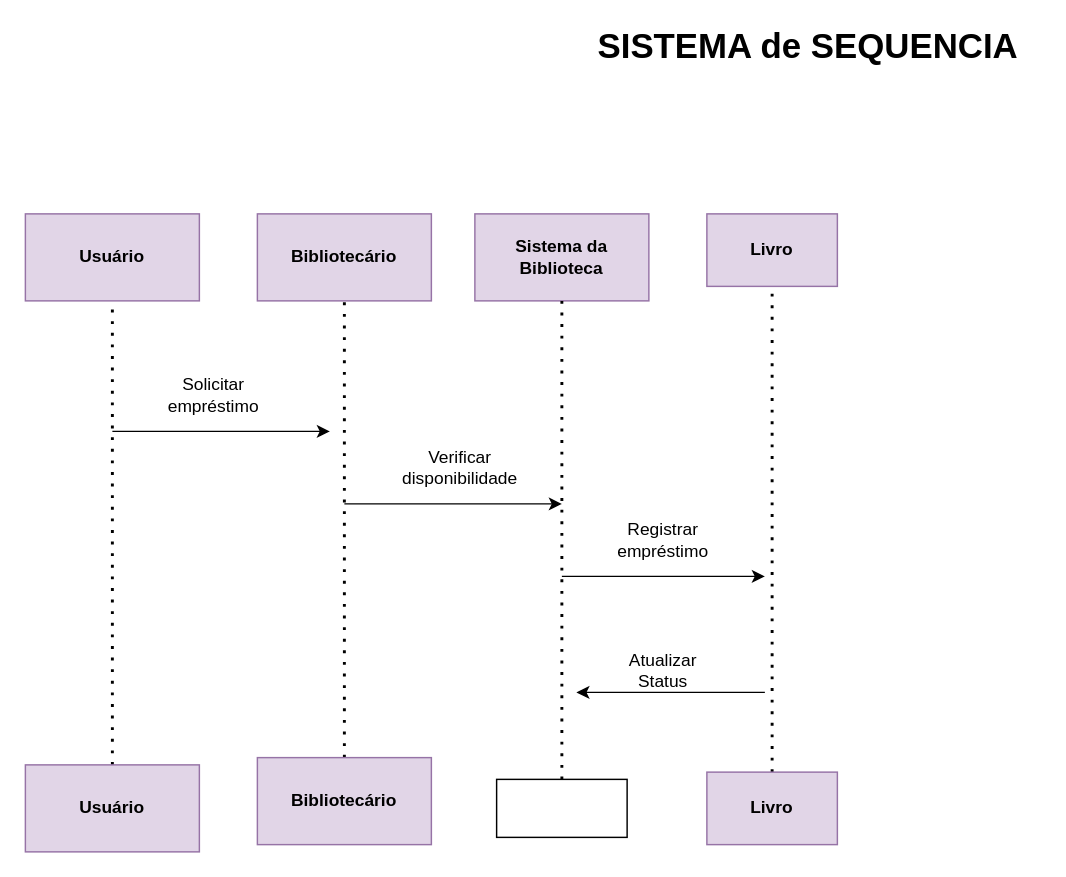
This is page "Página-5" (5 of 10) of Diagrama sem nome.drawio from jkkauany/diagramaderequisitos, a draw.io file, before an edit. Source tidied: cells renumbered, new cells numbered last; positions are measured from the earlier drawing's top-left corner, leaving out a move shared by most shapes. Both pictures are drawn from the tidied source at 145%, with x=0, y=0 at pixel (25, 25).
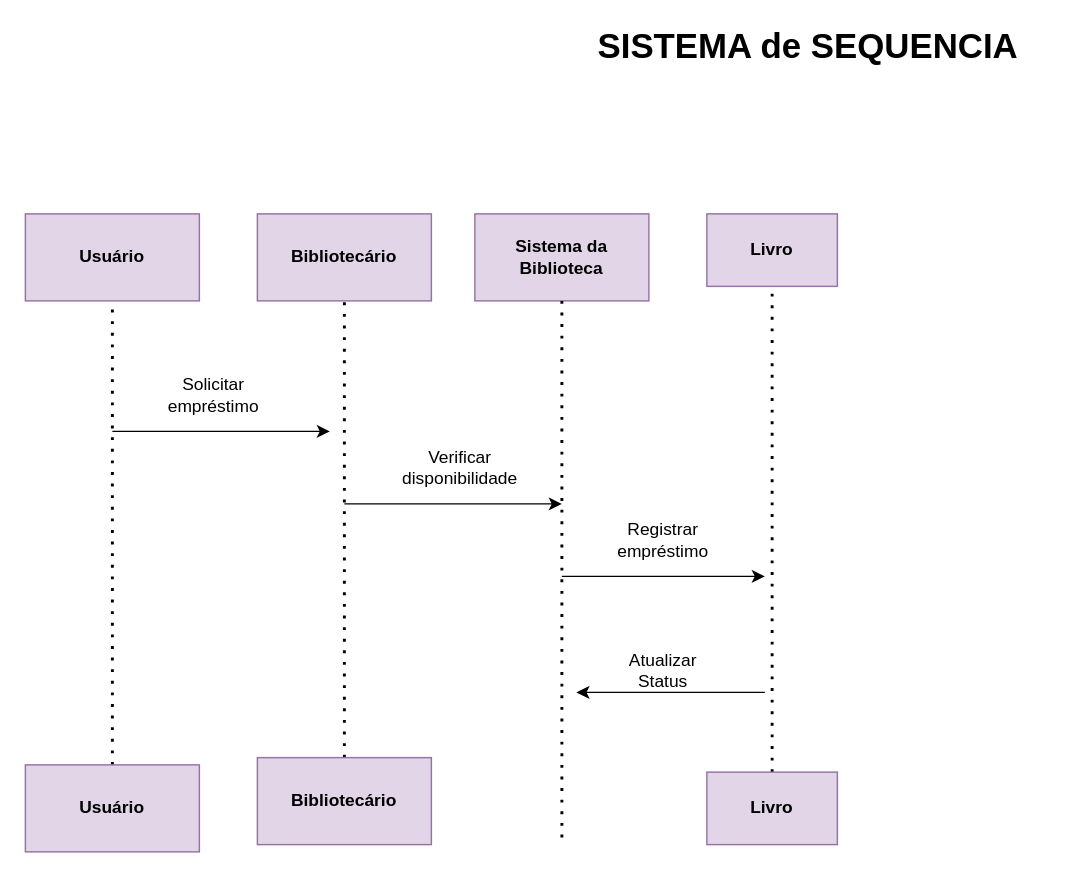
The same page after the edit.

Unchanged cells that the change refers to:
```xml
<mxCell id="4" value="&lt;b&gt;Sistema da Biblioteca&lt;/b&gt;" style="whiteSpace=wrap;html=1;align=center;newEdgeStyle={&quot;edgeStyle&quot;:&quot;elbowEdgeStyle&quot;,&quot;startArrow&quot;:&quot;none&quot;,&quot;endArrow&quot;:&quot;none&quot;};fillColor=#e1d5e7;strokeColor=#9673a6;" parent="1" vertex="1">
  <mxGeometry x="310" y="130" width="120" height="60" as="geometry" />
</mxCell>
```

Change to the diagram source:
```diff
@@
-    <mxCell id="10" style="endArrow=none;dashed=1;html=1;dashPattern=1 3;strokeWidth=2;rounded=0;entryX=0.5;entryY=1;entryDx=0;entryDy=0;exitX=0.5;exitY=0;exitDx=0;exitDy=0;" parent="1" edge="1" source="11" target="4">
-      <mxGeometry relative="1" as="geometry" />
+    <mxCell id="10" style="endArrow=none;dashed=1;html=1;dashPattern=1 3;strokeWidth=2;rounded=0;entryX=0.5;entryY=1;entryDx=0;entryDy=0;" parent="1" edge="1" target="4">
+      <mxGeometry relative="1" as="geometry">
+        <mxPoint x="370" y="560" as="sourcePoint" />
+      </mxGeometry>
     </mxCell>
-    <mxCell id="11" style="whiteSpace=wrap;html=1;align=center;newEdgeStyle={&quot;edgeStyle&quot;:&quot;elbowEdgeStyle&quot;,&quot;startArrow&quot;:&quot;none&quot;,&quot;endArrow&quot;:&quot;none&quot;};" parent="1" vertex="1">
-      <mxGeometry x="325" y="520" width="90" height="40" as="geometry" />
-    </mxCell>
```
